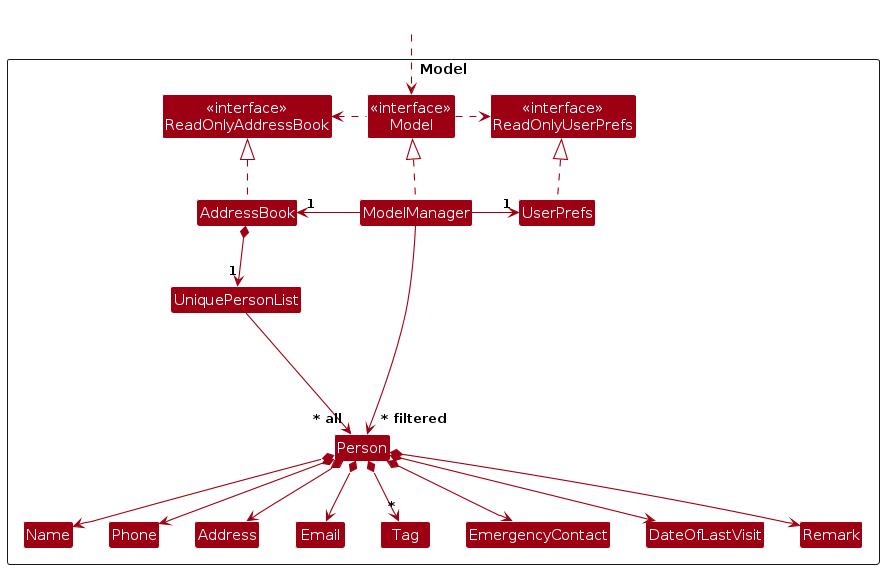
Before: diagrams/ModelClassDiagram.png, a diagram exported from PlantUML (AY2425S1-CS2103-F10-2/tp). Its source is kept beside it as diagrams/ModelClassDiagram.puml.
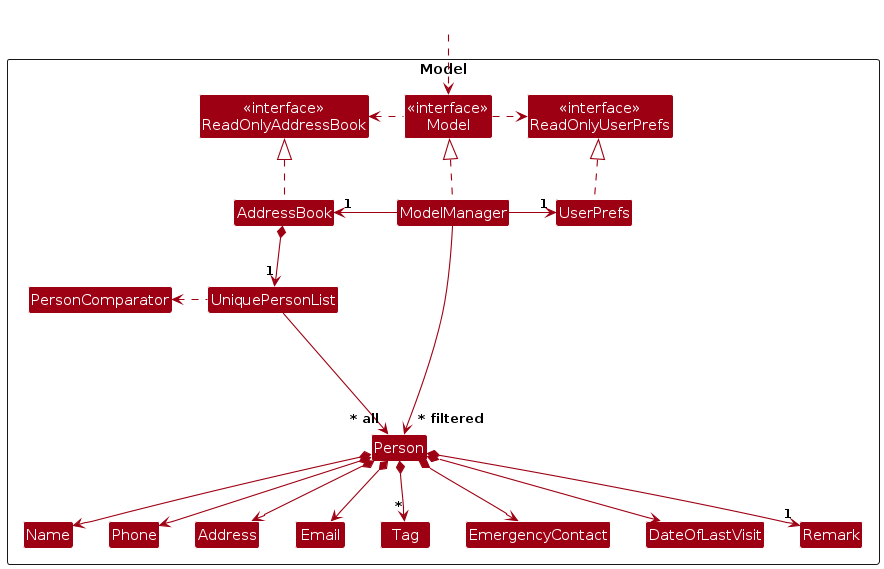
After the change.

Diff of the diagram source:
```diff
@@ -13,6 +13,7 @@
 Class UserPrefs
 
 Class UniquePersonList
+Class PersonComparator
 Class Person
 Class Address
 Class Email
@@ -39,6 +40,7 @@
 UserPrefs .up.|> ReadOnlyUserPrefs
 
 AddressBook *--> "1" UniquePersonList
+UniquePersonList .left.> PersonComparator
 UniquePersonList --> "~* all" Person
 Person *--> Name
 Person *--> Phone
@@ -47,7 +49,7 @@
 Person *--> "*" Tag
 Person *--> EmergencyContact
 Person *--> DateOfLastVisit
-Person *--> Remark
+Person *--> "1" Remark
 
 Person -[hidden]up--> I
 UniquePersonList -[hidden]right-> I
```
